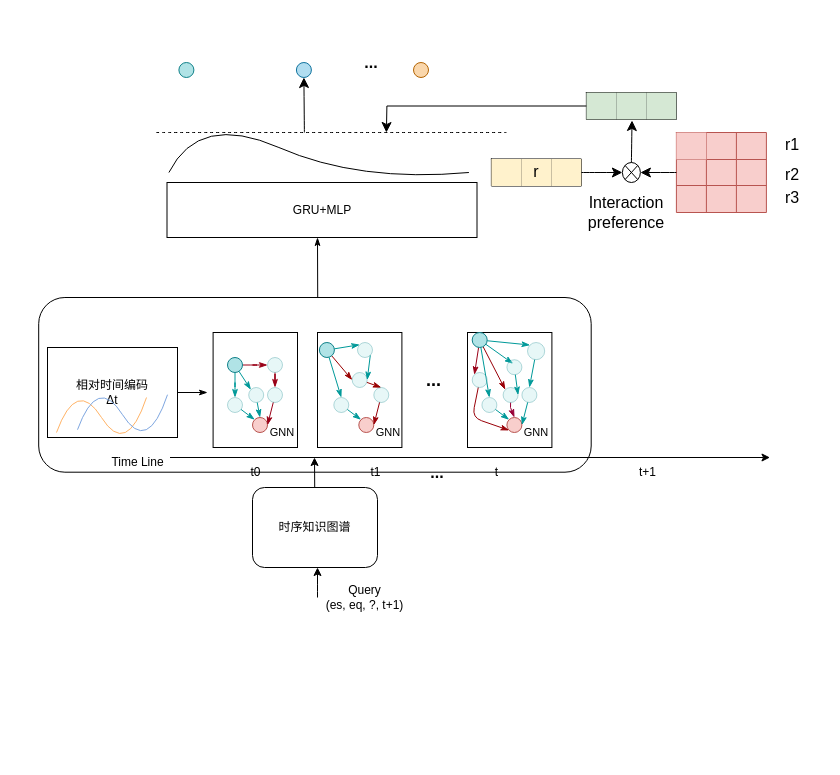
The draw.io diagram 未命名绘图.drawio in LNqwn/BISHE-GRAPH, before the edit. Source tidied: cells renumbered, new cells numbered last; positions are measured from the earlier drawing's top-left corner, leaving out a move shared by most shapes. Both pictures are drawn from the tidied source at 100%, with x=0, y=0 at pixel (38, 47).
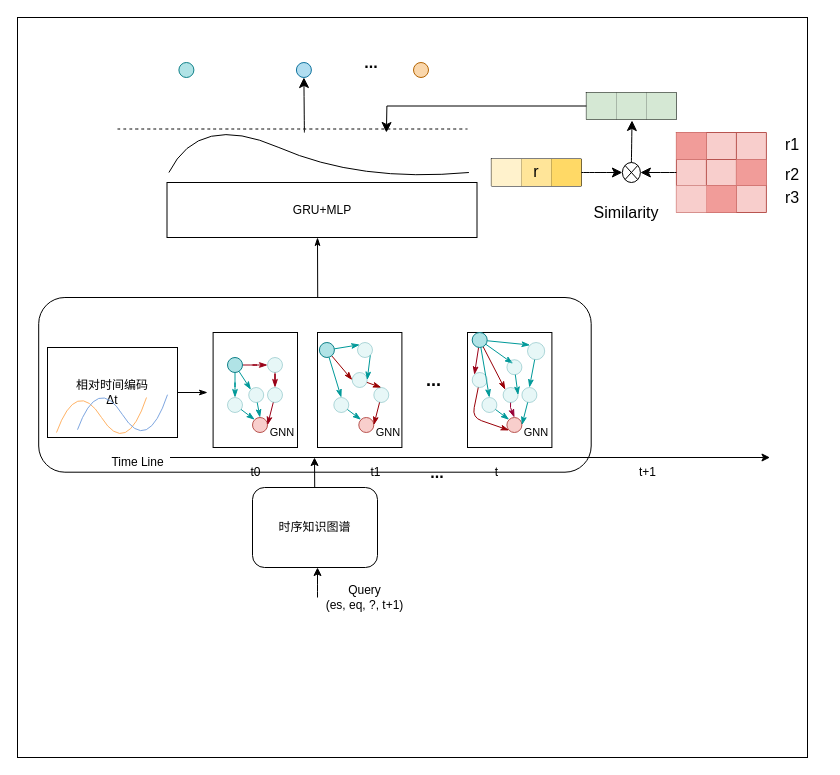
The same diagram, later.

Commit message:
更新未命名绘图.drawio

The change refers to these unchanged cells:
```xml
<mxCell id="63" style="shape=tableRow;horizontal=0;startSize=0;swimlaneHead=0;swimlaneBody=0;strokeColor=inherit;top=0;left=0;bottom=0;right=0;fillColor=none;fontSize=16;" parent="62" vertex="1">
  <mxGeometry width="90" height="27" as="geometry" />
</mxCell>
<mxCell id="67" style="shape=tableRow;horizontal=0;startSize=0;swimlaneHead=0;swimlaneBody=0;strokeColor=inherit;top=0;left=0;bottom=0;right=0;fillColor=none;points=[[0,0.5],[1,0.5]];portConstraint=eastwest;fontSize=16;" parent="62" vertex="1">
  <mxGeometry y="27" width="90" height="26" as="geometry" />
</mxCell>
<mxCell id="71" style="shape=tableRow;horizontal=0;startSize=0;swimlaneHead=0;swimlaneBody=0;strokeColor=inherit;top=0;left=0;bottom=0;right=0;fillColor=none;fontSize=16;" parent="62" vertex="1">
  <mxGeometry y="53" width="90" height="27" as="geometry" />
</mxCell>
<mxCell id="76" style="shape=tableRow;horizontal=0;startSize=0;swimlaneHead=0;swimlaneBody=0;strokeColor=inherit;top=0;left=0;bottom=0;right=0;fillColor=none;points=[[0,0.5],[1,0.5]];portConstraint=eastwest;fontSize=16;" parent="75" vertex="1">
  <mxGeometry width="90" height="27" as="geometry" />
</mxCell>
```

Change to the diagram source:
```diff
@@
+    <mxCell id="114" style="rounded=0;whiteSpace=wrap;html=1;" parent="1" vertex="1">
+      <mxGeometry x="-21" y="-30" width="790" height="740" as="geometry" />
+    </mxCell>
@@
-    <mxCell id="64" style="shape=partialRectangle;html=1;whiteSpace=wrap;strokeColor=#b85450;overflow=hidden;fillColor=#f8cecc;top=0;left=0;bottom=0;right=0;fontSize=16;" parent="63" vertex="1">
+    <mxCell id="64" style="shape=partialRectangle;html=1;whiteSpace=wrap;strokeColor=#b85450;overflow=hidden;fillColor=#F19C99;top=0;left=0;bottom=0;right=0;fontSize=16;" parent="63" vertex="1">
       <mxGeometry width="30" height="27" as="geometry" />
     </mxCell>
@@
-    <mxCell id="70" style="shape=partialRectangle;html=1;whiteSpace=wrap;strokeColor=inherit;overflow=hidden;fillColor=none;top=0;left=0;bottom=0;right=0;fontSize=16;" parent="67" vertex="1">
+    <mxCell id="70" style="shape=partialRectangle;html=1;whiteSpace=wrap;strokeColor=inherit;overflow=hidden;fillColor=#F19C99;top=0;left=0;bottom=0;right=0;fontSize=16;" parent="67" vertex="1">
       <mxGeometry x="60" width="30" height="26" as="geometry" />
     </mxCell>
@@
-    <mxCell id="72" style="shape=partialRectangle;html=1;whiteSpace=wrap;strokeColor=inherit;overflow=hidden;fillColor=none;top=0;left=0;bottom=0;right=0;fontSize=16;" parent="71" vertex="1">
+    <mxCell id="72" style="shape=partialRectangle;html=1;whiteSpace=wrap;strokeColor=inherit;overflow=hidden;fillColor=#F8CECC;top=0;left=0;bottom=0;right=0;fontSize=16;" parent="71" vertex="1">
       <mxGeometry width="30" height="27" as="geometry" />
     </mxCell>
-    <mxCell id="73" style="shape=partialRectangle;html=1;whiteSpace=wrap;strokeColor=inherit;overflow=hidden;fillColor=none;top=0;left=0;bottom=0;right=0;fontSize=16;" parent="71" vertex="1">
+    <mxCell id="73" style="shape=partialRectangle;html=1;whiteSpace=wrap;strokeColor=inherit;overflow=hidden;fillColor=#F19C99;top=0;left=0;bottom=0;right=0;fontSize=16;" parent="71" vertex="1">
       <mxGeometry x="30" width="30" height="27" as="geometry" />
     </mxCell>
@@
-    <mxCell id="78" style="shape=partialRectangle;html=1;whiteSpace=wrap;strokeColor=#d6b656;overflow=hidden;fillColor=#fff2cc;top=0;left=0;bottom=0;right=0;fontSize=16;" parent="76" vertex="1">
+    <mxCell id="78" style="shape=partialRectangle;html=1;whiteSpace=wrap;strokeColor=#d6b656;overflow=hidden;fillColor=#FFE599;top=0;left=0;bottom=0;right=0;fontSize=16;" parent="76" vertex="1">
       <mxGeometry x="30" width="30" height="27" as="geometry" />
     </mxCell>
-    <mxCell id="79" style="shape=partialRectangle;html=1;whiteSpace=wrap;strokeColor=#d6b656;overflow=hidden;fillColor=#fff2cc;top=0;left=0;bottom=0;right=0;fontSize=16;" parent="76" vertex="1">
+    <mxCell id="79" style="shape=partialRectangle;html=1;whiteSpace=wrap;strokeColor=#d6b656;overflow=hidden;fillColor=#FFD966;top=0;left=0;bottom=0;right=0;fontSize=16;" parent="76" vertex="1">
       <mxGeometry x="60" width="30" height="27" as="geometry" />
     </mxCell>
@@
     <mxCell id="85" value="r" style="text;html=1;align=center;verticalAlign=middle;whiteSpace=wrap;rounded=0;fontSize=16;" parent="1" vertex="1">
-      <mxGeometry x="467.9" y="108.5" width="60" height="30" as="geometry" />
+      <mxGeometry x="468.4" y="108.5" width="60" height="30" as="geometry" />
     </mxCell>
@@
     <mxCell id="94" style="endArrow=none;dashed=1;html=1;rounded=0;fontSize=12;startSize=8;endSize=8;curved=1;" parent="1" edge="1">
       <mxGeometry relative="1" as="geometry">
-        <mxPoint x="117.9" y="85" as="sourcePoint" />
-        <mxPoint x="467.9" y="85" as="targetPoint" />
+        <mxPoint x="79" y="81.5" as="sourcePoint" />
+        <mxPoint x="429" y="81.5" as="targetPoint" />
       </mxGeometry>
     </mxCell>
@@
-    <mxCell id="102" value="Interaction&lt;div&gt;preference&lt;/div&gt;" style="text;html=1;align=center;verticalAlign=middle;whiteSpace=wrap;rounded=0;fontSize=16;" parent="1" vertex="1">
+    <mxCell id="102" value="Similarity" style="text;html=1;align=center;verticalAlign=middle;whiteSpace=wrap;rounded=0;fontSize=16;" parent="1" vertex="1">
       <mxGeometry x="557.9" y="150" width="60" height="30" as="geometry" />
     </mxCell>
```
